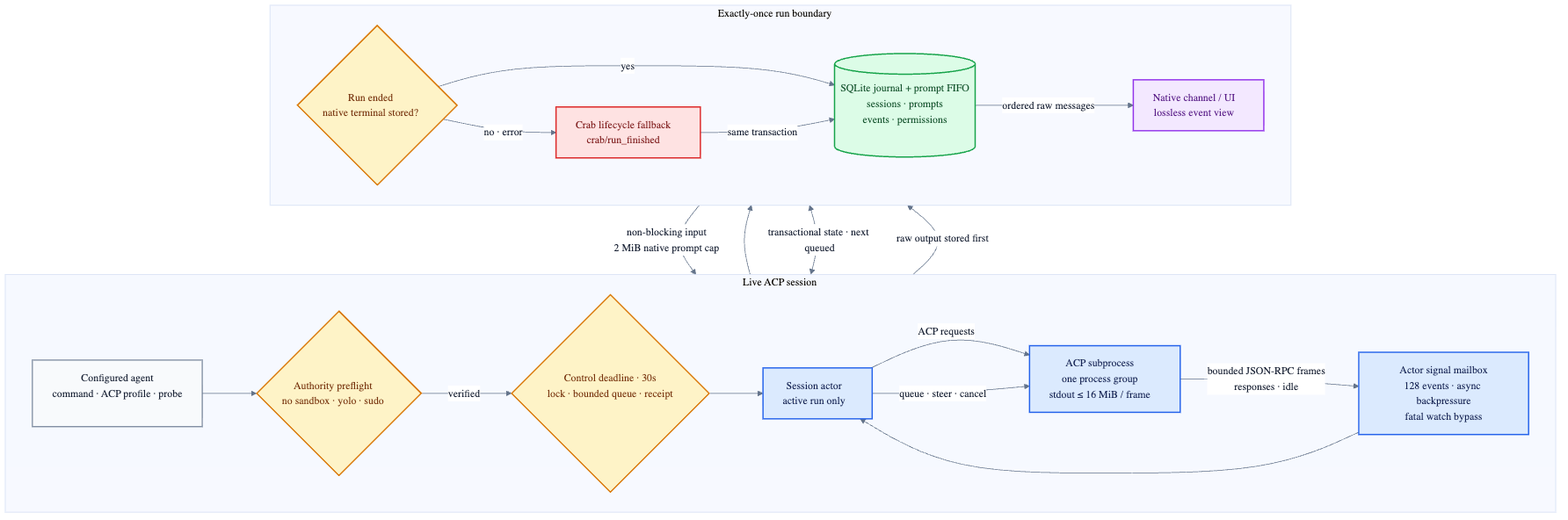
fontanierh/crab keeps this Mermaid diagram as v2/docs/agent-host-flow.png. Above is the earlier version. Its source is kept beside it as v2/docs/agent-host-flow.mmd.
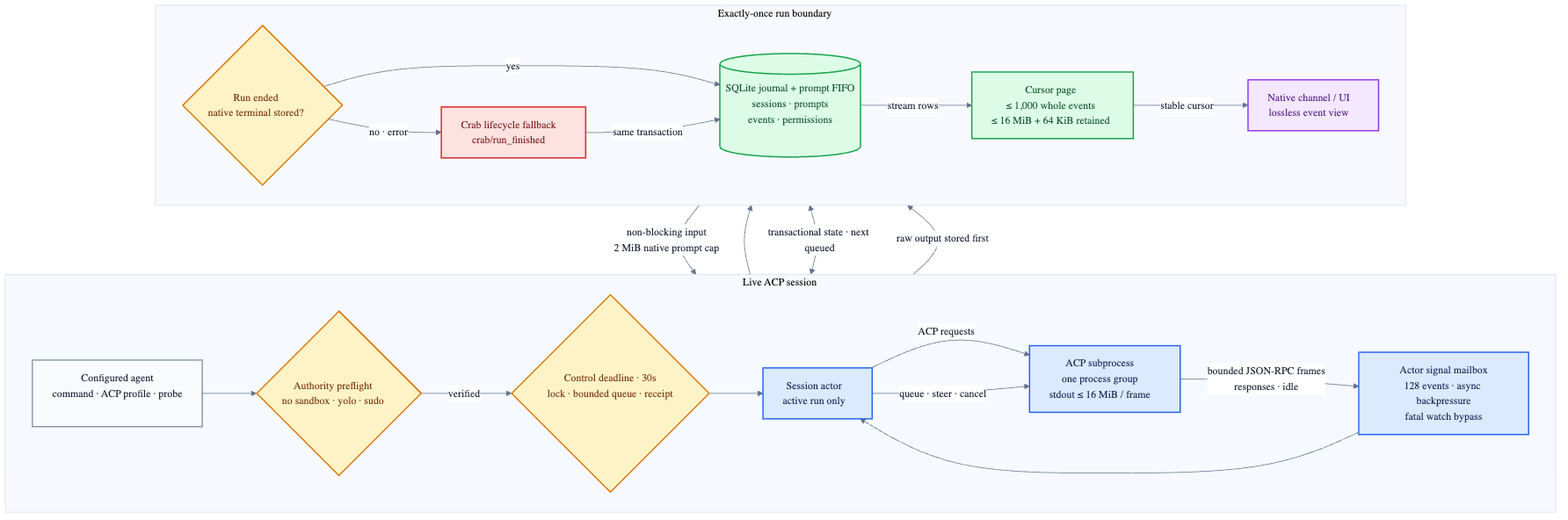
After the change.

Commit message:
fix(v2): byte-bound agent event pages (#350)

What changed in the source:
```diff
@@ -19,11 +19,12 @@
         ENDED{"Run ended<br/>native terminal stored?"}
         FALLBACK["Crab lifecycle fallback<br/>crab/run_finished"]
         DB[("SQLite journal + prompt FIFO<br/>sessions · prompts<br/>events · permissions")]
+        PAGE["Cursor page<br/>≤ 1,000 whole events<br/>≤ 16 MiB + 64 KiB retained"]
         UI["Native channel / UI<br/>lossless event view"]
         ENDED -->|"yes"| DB
         ENDED -->|"no · error"| FALLBACK
         FALLBACK -->|"same transaction"| DB
-        DB -->|"ordered raw messages"| UI
+        DB -->|"stream rows"| PAGE -->|"stable cursor"| UI
     end
 
     ACTOR --> ENDED
@@ -43,5 +44,5 @@
     class ACTOR,MAILBOX,ACP runtime;
     class FALLBACK fallback;
     class ENDED gate;
-    class DB durable;
+    class DB,PAGE durable;
     class UI ui;
```
